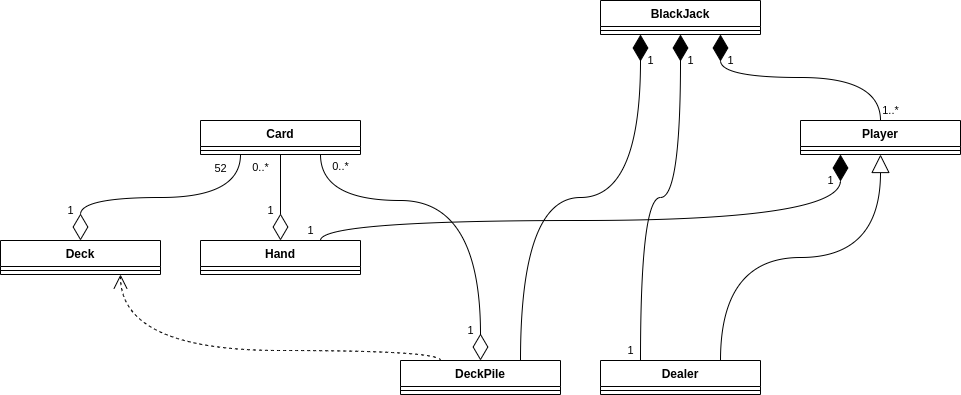
MihaJjDa/BlackJack keeps this draw.io diagram as UML/S1_baseOfGame.png. Above is the earlier version. Source tidied: cells renumbered, new cells last; positions are measured from the earlier drawing's top-left corner, leaving out a move shared by most shapes.
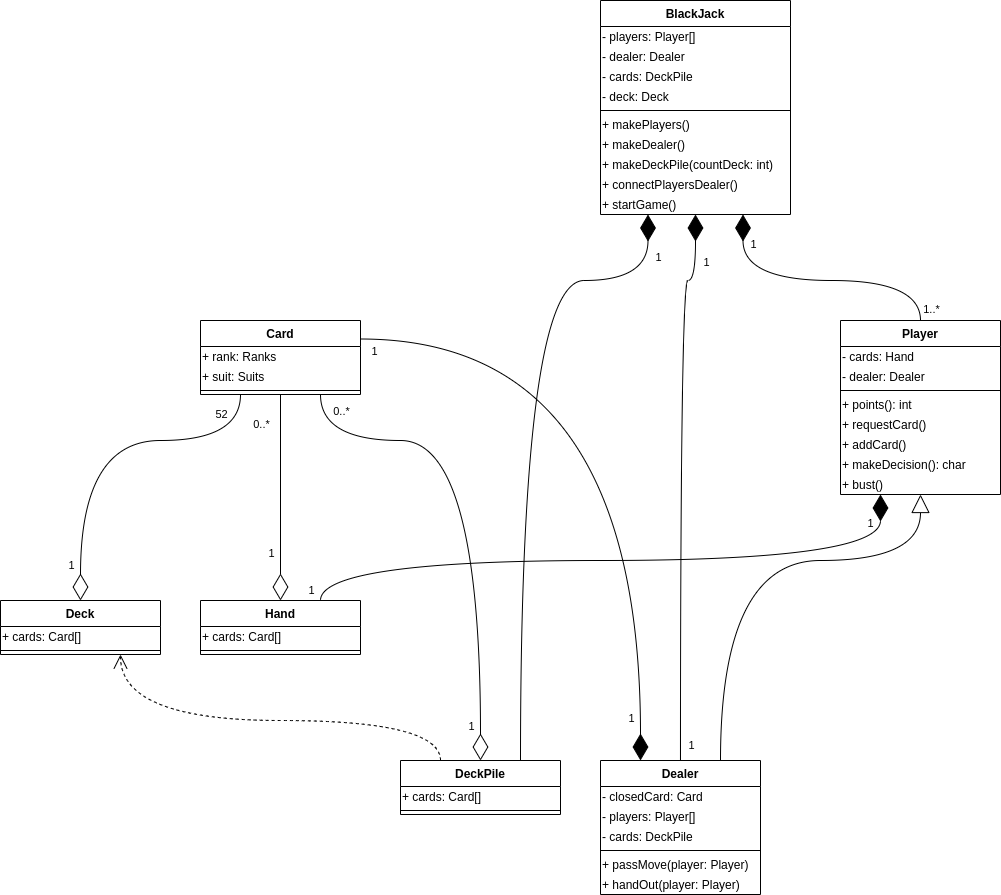
The same diagram one commit later.

Commit message:
Add UML diagram

What changed in the source:
```diff
@@ -3,10 +3,20 @@
     <mxCell id="0" />
     <mxCell id="1" parent="0" />
     <mxCell id="2" style="endArrow=block;endSize=16;endFill=0;html=1;exitX=0.75;exitY=0;exitDx=0;exitDy=0;entryX=0.5;entryY=1;entryDx=0;entryDy=0;edgeStyle=orthogonalEdgeStyle;curved=1;" parent="1" edge="1" source="30" target="22">
-      <mxGeometry relative="1" as="geometry" />
+      <mxGeometry relative="1" as="geometry">
+        <Array as="points">
+          <mxPoint x="720" y="560" />
+          <mxPoint x="920" y="560" />
+        </Array>
+      </mxGeometry>
     </mxCell>
     <mxCell id="3" value="1" style="endArrow=diamondThin;endFill=1;endSize=24;html=1;entryX=0.75;entryY=1;entryDx=0;entryDy=0;exitX=0.5;exitY=0;exitDx=0;exitDy=0;edgeStyle=orthogonalEdgeStyle;curved=1;" parent="1" edge="1" source="22" target="20">
-      <mxGeometry x="0.79" y="-10" relative="1" as="geometry" />
+      <mxGeometry x="0.79" y="-10" relative="1" as="geometry">
+        <Array as="points">
+          <mxPoint x="920" y="280" />
+          <mxPoint x="743" y="280" />
+        </Array>
+      </mxGeometry>
     </mxCell>
     <mxCell id="4" value="1..*" style="edgeLabel;html=1;align=center;verticalAlign=middle;" parent="3" vertex="1">
       <mxGeometry x="-0.92" y="-1" relative="1" as="geometry">
@@ -14,26 +24,41 @@
       </mxGeometry>
     </mxCell>
     <mxCell id="5" style="endArrow=diamondThin;endFill=1;endSize=24;html=1;entryX=0.25;entryY=1;entryDx=0;entryDy=0;exitX=0.75;exitY=0;exitDx=0;exitDy=0;edgeStyle=orthogonalEdgeStyle;curved=1;" parent="1" edge="1" source="34" target="20">
-      <mxGeometry relative="1" as="geometry" />
+      <mxGeometry relative="1" as="geometry">
+        <Array as="points">
+          <mxPoint x="520" y="280" />
+          <mxPoint x="648" y="280" />
+        </Array>
+      </mxGeometry>
     </mxCell>
     <mxCell id="6" value="1" style="edgeLabel;html=1;align=center;verticalAlign=middle;" parent="5" vertex="1">
       <mxGeometry x="0.86" y="1" relative="1" as="geometry">
         <mxPoint x="11" y="-6.2" as="offset" />
       </mxGeometry>
     </mxCell>
-    <mxCell id="7" style="endArrow=diamondThin;endFill=1;endSize=24;html=1;entryX=0.5;entryY=1;entryDx=0;entryDy=0;exitX=0.25;exitY=0;exitDx=0;exitDy=0;edgeStyle=orthogonalEdgeStyle;curved=1;" parent="1" edge="1" source="30" target="20">
-      <mxGeometry relative="1" as="geometry" />
+    <mxCell id="7" style="endArrow=diamondThin;endFill=1;endSize=24;html=1;entryX=0.5;entryY=1;entryDx=0;entryDy=0;exitX=0.5;exitY=0;exitDx=0;exitDy=0;edgeStyle=orthogonalEdgeStyle;curved=1;" parent="1" edge="1" source="30" target="20">
+      <mxGeometry relative="1" as="geometry">
+        <Array as="points">
+          <mxPoint x="680" y="280" />
+          <mxPoint x="695" y="280" />
+        </Array>
+      </mxGeometry>
     </mxCell>
     <mxCell id="8" value="1" style="edgeLabel;html=1;align=center;verticalAlign=middle;" parent="7" vertex="1">
       <mxGeometry x="0.79" relative="1" as="geometry">
         <mxPoint x="10" y="-12.5" as="offset" />
       </mxGeometry>
     </mxCell>
+    <mxCell id="37" value="1" style="edgeLabel;html=1;align=center;verticalAlign=middle;" parent="7" vertex="1">
+      <mxGeometry x="-0.9" y="3" relative="1" as="geometry">
+        <mxPoint x="13" y="11.7" as="offset" />
+      </mxGeometry>
+    </mxCell>
     <mxCell id="9" value="1" style="endArrow=diamondThin;endFill=1;endSize=24;html=1;entryX=0.25;entryY=1;entryDx=0;entryDy=0;exitX=0.75;exitY=0;exitDx=0;exitDy=0;edgeStyle=orthogonalEdgeStyle;curved=1;" parent="1" edge="1" source="24" target="22">
       <mxGeometry x="0.91" y="10" relative="1" as="geometry">
         <Array as="points">
-          <mxPoint x="320" y="220" />
-          <mxPoint x="840" y="220" />
+          <mxPoint x="320" y="560" />
+          <mxPoint x="880" y="560" />
         </Array>
       </mxGeometry>
     </mxCell>
@@ -56,7 +81,12 @@
       </mxGeometry>
     </mxCell>
     <mxCell id="14" style="endArrow=diamondThin;endFill=0;endSize=24;html=1;exitX=0.25;exitY=1;exitDx=0;exitDy=0;entryX=0.5;entryY=0;entryDx=0;entryDy=0;edgeStyle=orthogonalEdgeStyle;curved=1;" parent="1" edge="1" source="26" target="28">
-      <mxGeometry relative="1" as="geometry" />
+      <mxGeometry relative="1" as="geometry">
+        <Array as="points">
+          <mxPoint x="240" y="440" />
+          <mxPoint x="80" y="440" />
+        </Array>
+      </mxGeometry>
     </mxCell>
     <mxCell id="15" value="1" style="edgeLabel;html=1;align=center;verticalAlign=middle;" parent="14" vertex="1">
       <mxGeometry x="0.91" y="-1" relative="1" as="geometry">
@@ -68,12 +98,11 @@
         <mxPoint x="-15" as="offset" />
       </mxGeometry>
     </mxCell>
-    <mxCell id="17" style="endArrow=diamondThin;endFill=0;endSize=24;html=1;entryX=0.5;entryY=0;entryDx=0;entryDy=0;edgeStyle=orthogonalEdgeStyle;curved=1;" parent="1" edge="1" target="34">
+    <mxCell id="17" style="endArrow=diamondThin;endFill=0;endSize=24;html=1;entryX=0.5;entryY=0;entryDx=0;entryDy=0;edgeStyle=orthogonalEdgeStyle;curved=1;exitX=0.75;exitY=1;exitDx=0;exitDy=0;" parent="1" edge="1" source="26" target="34">
       <mxGeometry relative="1" as="geometry">
-        <mxPoint x="320" y="154" as="sourcePoint" />
         <Array as="points">
-          <mxPoint x="320" y="200" />
-          <mxPoint x="480" y="200" />
+          <mxPoint x="320" y="440" />
+          <mxPoint x="480" y="440" />
         </Array>
       </mxGeometry>
     </mxCell>
@@ -88,62 +117,149 @@
       </mxGeometry>
     </mxCell>
     <mxCell id="20" value="BlackJack" style="swimlane;fontStyle=1;align=center;verticalAlign=top;horizontal=1;startSize=26;" parent="1" vertex="1">
-      <mxGeometry x="600" width="160" height="34" as="geometry" />
+      <mxGeometry x="600" width="190" height="214" as="geometry" />
     </mxCell>
+    <mxCell id="38" value="- players: Player[]" style="text;html=1;align=left;verticalAlign=middle;" parent="20" vertex="1">
+      <mxGeometry y="26" width="190" height="20" as="geometry" />
+    </mxCell>
+    <mxCell id="39" value="- dealer: Dealer" style="text;html=1;align=left;verticalAlign=middle;" parent="20" vertex="1">
+      <mxGeometry y="46" width="190" height="20" as="geometry" />
+    </mxCell>
+    <mxCell id="40" value="- cards: DeckPile" style="text;html=1;align=left;verticalAlign=middle;" parent="20" vertex="1">
+      <mxGeometry y="66" width="190" height="20" as="geometry" />
+    </mxCell>
+    <mxCell id="41" value="- deck: Deck" style="text;html=1;align=left;verticalAlign=middle;" parent="20" vertex="1">
+      <mxGeometry y="86" width="190" height="20" as="geometry" />
+    </mxCell>
     <mxCell id="21" style="line;strokeWidth=1;fillColor=none;align=left;verticalAlign=middle;spacingTop=-1;spacingLeft=3;spacingRight=3;labelPosition=right;" parent="20" vertex="1">
-      <mxGeometry y="26" width="160" height="8" as="geometry" />
+      <mxGeometry y="106" width="190" height="8" as="geometry" />
     </mxCell>
+    <mxCell id="42" value="+ makePlayers()" style="text;html=1;align=left;verticalAlign=middle;" parent="20" vertex="1">
+      <mxGeometry y="114" width="190" height="20" as="geometry" />
+    </mxCell>
+    <mxCell id="43" value="+ makeDealer()" style="text;html=1;align=left;verticalAlign=middle;" parent="20" vertex="1">
+      <mxGeometry y="134" width="190" height="20" as="geometry" />
+    </mxCell>
+    <mxCell id="44" value="+ makeDeckPile(countDeck: int)" style="text;html=1;align=left;verticalAlign=middle;" parent="20" vertex="1">
+      <mxGeometry y="154" width="190" height="20" as="geometry" />
+    </mxCell>
+    <mxCell id="45" value="+ connectPlayersDealer()" style="text;html=1;align=left;verticalAlign=middle;" parent="20" vertex="1">
+      <mxGeometry y="174" width="190" height="20" as="geometry" />
+    </mxCell>
+    <mxCell id="46" value="+ startGame()" style="text;html=1;align=left;verticalAlign=middle;" parent="20" vertex="1">
+      <mxGeometry y="194" width="190" height="20" as="geometry" />
+    </mxCell>
+    <mxCell id="36" style="endArrow=open;endSize=12;dashed=1;html=1;entryX=0.75;entryY=1;entryDx=0;entryDy=0;edgeStyle=orthogonalEdgeStyle;curved=1;exitX=0.25;exitY=0;exitDx=0;exitDy=0;" parent="1" edge="1" source="34" target="28">
+      <mxGeometry relative="1" as="geometry">
+        <Array as="points">
+          <mxPoint x="440" y="720" />
+          <mxPoint x="120" y="720" />
+        </Array>
+      </mxGeometry>
+    </mxCell>
+    <mxCell id="47" style="endArrow=diamondThin;endFill=1;endSize=24;html=1;exitX=1;exitY=0.25;exitDx=0;exitDy=0;edgeStyle=orthogonalEdgeStyle;curved=1;entryX=0.25;entryY=0;entryDx=0;entryDy=0;" parent="1" edge="1" source="26" target="30">
+      <mxGeometry relative="1" as="geometry">
+        <Array as="points">
+          <mxPoint x="640" y="339" />
+        </Array>
+      </mxGeometry>
+    </mxCell>
+    <mxCell id="48" value="1" style="edgeLabel;html=1;align=center;verticalAlign=middle;" parent="47" vertex="1">
+      <mxGeometry x="0.79" relative="1" as="geometry">
+        <mxPoint x="-10" y="31.5" as="offset" />
+      </mxGeometry>
+    </mxCell>
+    <mxCell id="49" value="1" style="edgeLabel;html=1;align=center;verticalAlign=middle;" parent="47" vertex="1">
+      <mxGeometry x="-0.94" y="-2" relative="1" as="geometry">
+        <mxPoint x="-7.5" y="9.5" as="offset" />
+      </mxGeometry>
+    </mxCell>
     <mxCell id="22" value="Player" style="swimlane;fontStyle=1;align=center;verticalAlign=top;horizontal=1;startSize=26;" parent="1" vertex="1">
-      <mxGeometry x="800" y="120" width="160" height="34" as="geometry" />
+      <mxGeometry x="840" y="320" width="160" height="174" as="geometry" />
     </mxCell>
+    <mxCell id="50" value="- cards: Hand" style="text;html=1;align=left;verticalAlign=middle;" parent="22" vertex="1">
+      <mxGeometry y="26" width="160" height="20" as="geometry" />
+    </mxCell>
+    <mxCell id="51" value="- dealer: Dealer" style="text;html=1;align=left;verticalAlign=middle;" parent="22" vertex="1">
+      <mxGeometry y="46" width="160" height="20" as="geometry" />
+    </mxCell>
     <mxCell id="23" style="line;strokeWidth=1;fillColor=none;align=left;verticalAlign=middle;spacingTop=-1;spacingLeft=3;spacingRight=3;labelPosition=right;" parent="22" vertex="1">
-      <mxGeometry y="26" width="160" height="8" as="geometry" />
+      <mxGeometry y="66" width="160" height="8" as="geometry" />
     </mxCell>
+    <mxCell id="52" value="+ points(): int" style="text;html=1;align=left;verticalAlign=middle;" parent="22" vertex="1">
+      <mxGeometry y="74" width="160" height="20" as="geometry" />
+    </mxCell>
+    <mxCell id="53" value="+ requestCard()" style="text;html=1;align=left;verticalAlign=middle;" parent="22" vertex="1">
+      <mxGeometry y="94" width="160" height="20" as="geometry" />
+    </mxCell>
+    <mxCell id="54" value="+ addCard()" style="text;html=1;align=left;verticalAlign=middle;" parent="22" vertex="1">
+      <mxGeometry y="114" width="160" height="20" as="geometry" />
+    </mxCell>
+    <mxCell id="55" value="+ makeDecision(): char" style="text;html=1;align=left;verticalAlign=middle;" parent="22" vertex="1">
+      <mxGeometry y="134" width="160" height="20" as="geometry" />
+    </mxCell>
+    <mxCell id="56" value="+ bust()" style="text;html=1;align=left;verticalAlign=middle;" parent="22" vertex="1">
+      <mxGeometry y="154" width="160" height="20" as="geometry" />
+    </mxCell>
+    <mxCell id="26" value="Card" style="swimlane;fontStyle=1;align=center;verticalAlign=top;horizontal=1;startSize=26;" parent="1" vertex="1">
+      <mxGeometry x="200" y="320" width="160" height="74" as="geometry" />
+    </mxCell>
+    <mxCell id="57" value="+ rank: Ranks" style="text;html=1;align=left;verticalAlign=middle;" parent="26" vertex="1">
+      <mxGeometry y="26" width="160" height="20" as="geometry" />
+    </mxCell>
+    <mxCell id="58" value="+ suit: Suits" style="text;html=1;align=left;verticalAlign=middle;" parent="26" vertex="1">
+      <mxGeometry y="46" width="160" height="20" as="geometry" />
+    </mxCell>
+    <mxCell id="27" style="line;strokeWidth=1;fillColor=none;align=left;verticalAlign=middle;spacingTop=-1;spacingLeft=3;spacingRight=3;labelPosition=right;" parent="26" vertex="1">
+      <mxGeometry y="66" width="160" height="8" as="geometry" />
+    </mxCell>
     <mxCell id="24" value="Hand" style="swimlane;fontStyle=1;align=center;verticalAlign=top;horizontal=1;startSize=26;" parent="1" vertex="1">
-      <mxGeometry x="200" y="240" width="160" height="34" as="geometry" />
+      <mxGeometry x="200" y="600" width="160" height="54" as="geometry" />
     </mxCell>
+    <mxCell id="59" value="+ cards: Card[]" style="text;html=1;align=left;verticalAlign=middle;" parent="24" vertex="1">
+      <mxGeometry y="26" width="160" height="20" as="geometry" />
+    </mxCell>
     <mxCell id="25" style="line;strokeWidth=1;fillColor=none;align=left;verticalAlign=middle;spacingTop=-1;spacingLeft=3;spacingRight=3;labelPosition=right;" parent="24" vertex="1">
-      <mxGeometry y="26" width="160" height="8" as="geometry" />
+      <mxGeometry y="46" width="160" height="8" as="geometry" />
     </mxCell>
-    <mxCell id="26" value="Card" style="swimlane;fontStyle=1;align=center;verticalAlign=top;horizontal=1;startSize=26;" parent="1" vertex="1">
-      <mxGeometry x="200" y="120" width="160" height="34" as="geometry" />
-    </mxCell>
-    <mxCell id="27" style="line;strokeWidth=1;fillColor=none;align=left;verticalAlign=middle;spacingTop=-1;spacingLeft=3;spacingRight=3;labelPosition=right;" parent="26" vertex="1">
-      <mxGeometry y="26" width="160" height="8" as="geometry" />
-    </mxCell>
     <mxCell id="28" value="Deck" style="swimlane;fontStyle=1;align=center;verticalAlign=top;horizontal=1;startSize=26;" parent="1" vertex="1">
-      <mxGeometry y="240" width="160" height="34" as="geometry" />
+      <mxGeometry y="600" width="160" height="54" as="geometry" />
     </mxCell>
+    <mxCell id="60" value="+ cards: Card[]" style="text;html=1;align=left;verticalAlign=middle;" parent="28" vertex="1">
+      <mxGeometry y="26" width="160" height="20" as="geometry" />
+    </mxCell>
     <mxCell id="29" style="line;strokeWidth=1;fillColor=none;align=left;verticalAlign=middle;spacingTop=-1;spacingLeft=3;spacingRight=3;labelPosition=right;" parent="28" vertex="1">
-      <mxGeometry y="26" width="160" height="8" as="geometry" />
+      <mxGeometry y="46" width="160" height="8" as="geometry" />
     </mxCell>
+    <mxCell id="34" value="DeckPile" style="swimlane;fontStyle=1;align=center;verticalAlign=top;horizontal=1;startSize=26;" parent="1" vertex="1">
+      <mxGeometry x="400" y="760" width="160" height="54" as="geometry" />
+    </mxCell>
+    <mxCell id="61" value="+ cards: Card[]" style="text;html=1;align=left;verticalAlign=middle;" parent="34" vertex="1">
+      <mxGeometry y="26" width="160" height="20" as="geometry" />
+    </mxCell>
+    <mxCell id="35" style="line;strokeWidth=1;fillColor=none;align=left;verticalAlign=middle;spacingTop=-1;spacingLeft=3;spacingRight=3;labelPosition=right;" parent="34" vertex="1">
+      <mxGeometry y="46" width="160" height="8" as="geometry" />
+    </mxCell>
     <mxCell id="30" value="Dealer" style="swimlane;fontStyle=1;align=center;verticalAlign=top;horizontal=1;startSize=26;" parent="1" vertex="1">
-      <mxGeometry x="600" y="360" width="160" height="34" as="geometry" />
+      <mxGeometry x="600" y="760" width="160" height="134" as="geometry" />
     </mxCell>
+    <mxCell id="62" value="- closedCard: Card" style="text;html=1;align=left;verticalAlign=middle;" parent="30" vertex="1">
+      <mxGeometry y="26" width="160" height="20" as="geometry" />
+    </mxCell>
+    <mxCell id="63" value="- players: Player[]" style="text;html=1;align=left;verticalAlign=middle;" parent="30" vertex="1">
+      <mxGeometry y="46" width="160" height="20" as="geometry" />
+    </mxCell>
+    <mxCell id="64" value="- cards: DeckPile" style="text;html=1;align=left;verticalAlign=middle;" parent="30" vertex="1">
+      <mxGeometry y="66" width="160" height="20" as="geometry" />
+    </mxCell>
     <mxCell id="31" style="line;strokeWidth=1;fillColor=none;align=left;verticalAlign=middle;spacingTop=-1;spacingLeft=3;spacingRight=3;labelPosition=right;" parent="30" vertex="1">
-      <mxGeometry y="26" width="160" height="8" as="geometry" />
+      <mxGeometry y="86" width="160" height="8" as="geometry" />
     </mxCell>
-    <mxCell id="32" style="edgeStyle=orthogonalEdgeStyle;curved=1;rounded=0;jettySize=auto;html=1;exitX=0.5;exitY=0;exitDx=0;exitDy=0;entryX=0.5;entryY=0;entryDx=0;entryDy=0;strokeColor=none;" parent="1" edge="1" source="34" target="30">
-      <mxGeometry relative="1" as="geometry" />
-    </mxCell>
-    <mxCell id="33" value="1" style="edgeLabel;html=1;align=center;verticalAlign=middle;" parent="32" vertex="1">
-      <mxGeometry x="0.49" y="-5" relative="1" as="geometry">
-        <mxPoint x="-8.3" y="5" as="offset" />
-      </mxGeometry>
-    </mxCell>
-    <mxCell id="34" value="DeckPile" style="swimlane;fontStyle=1;align=center;verticalAlign=top;horizontal=1;startSize=26;" parent="1" vertex="1">
-      <mxGeometry x="400" y="360" width="160" height="34" as="geometry" />
-    </mxCell>
-    <mxCell id="35" style="line;strokeWidth=1;fillColor=none;align=left;verticalAlign=middle;spacingTop=-1;spacingLeft=3;spacingRight=3;labelPosition=right;" parent="34" vertex="1">
-      <mxGeometry y="26" width="160" height="8" as="geometry" />
-    </mxCell>
-    <mxCell id="36" style="endArrow=open;endSize=12;dashed=1;html=1;exitX=0.25;exitY=0;exitDx=0;exitDy=0;entryX=0.75;entryY=1;entryDx=0;entryDy=0;edgeStyle=orthogonalEdgeStyle;curved=1;" parent="1" edge="1" source="34" target="28">
-      <mxGeometry relative="1" as="geometry">
-        <Array as="points">
-          <mxPoint x="440" y="350" />
-          <mxPoint x="120" y="350" />
-        </Array>
-      </mxGeometry>
-    </mxCell>
+    <mxCell id="65" value="+ passMove(player: Player)" style="text;html=1;align=left;verticalAlign=middle;" parent="30" vertex="1">
+      <mxGeometry y="94" width="160" height="20" as="geometry" />
+    </mxCell>
+    <mxCell id="66" value="+ handOut(player: Player)" style="text;html=1;align=left;verticalAlign=middle;" parent="30" vertex="1">
+      <mxGeometry y="114" width="160" height="20" as="geometry" />
+    </mxCell>
   </root>
 </mxGraphModel>
```
